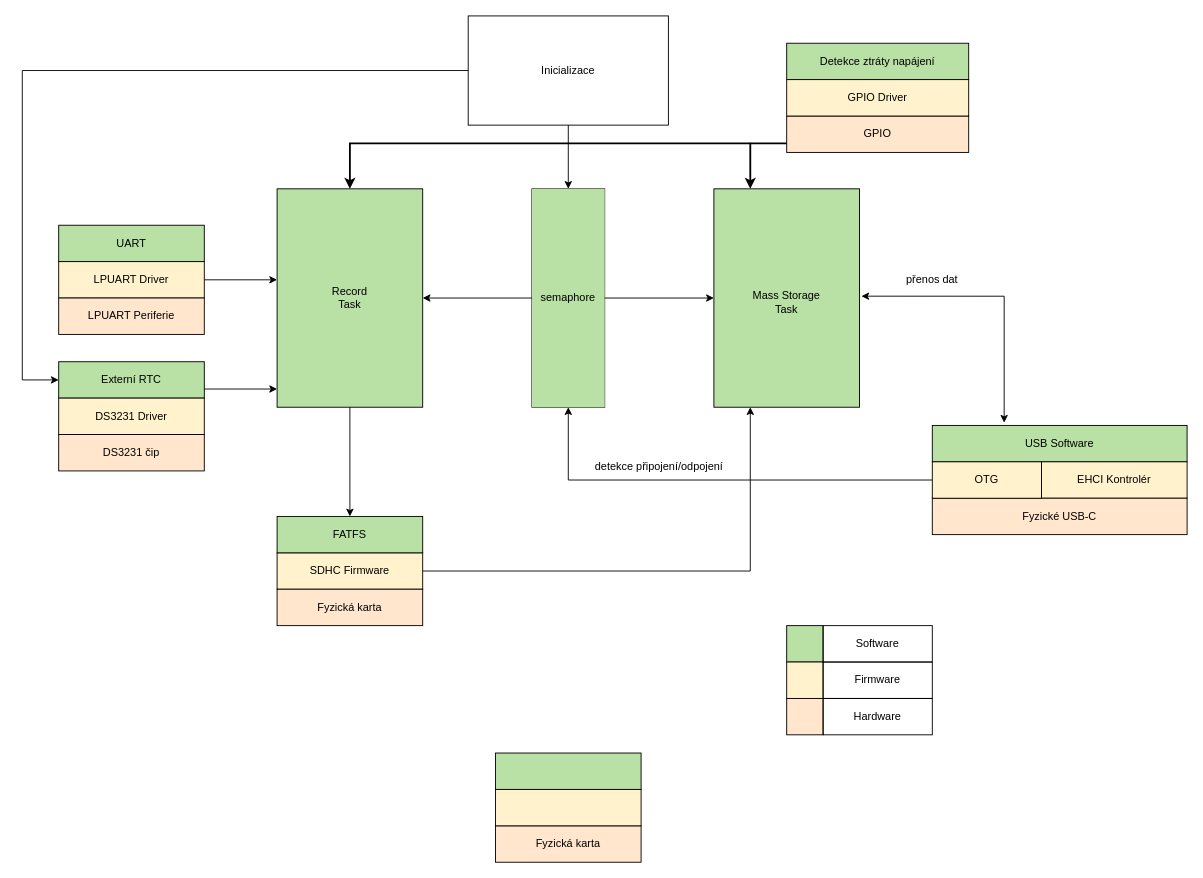
The draw.io diagram diagrams/block-diagram.drawio in Doly02/thesis, before the edit. Source tidied: cells renumbered, new cells numbered last; positions are measured from the earlier drawing's top-left corner, leaving out a move shared by most shapes. Both pictures are drawn from the tidied source at 91%, with x=0, y=0 at pixel (22, 15).
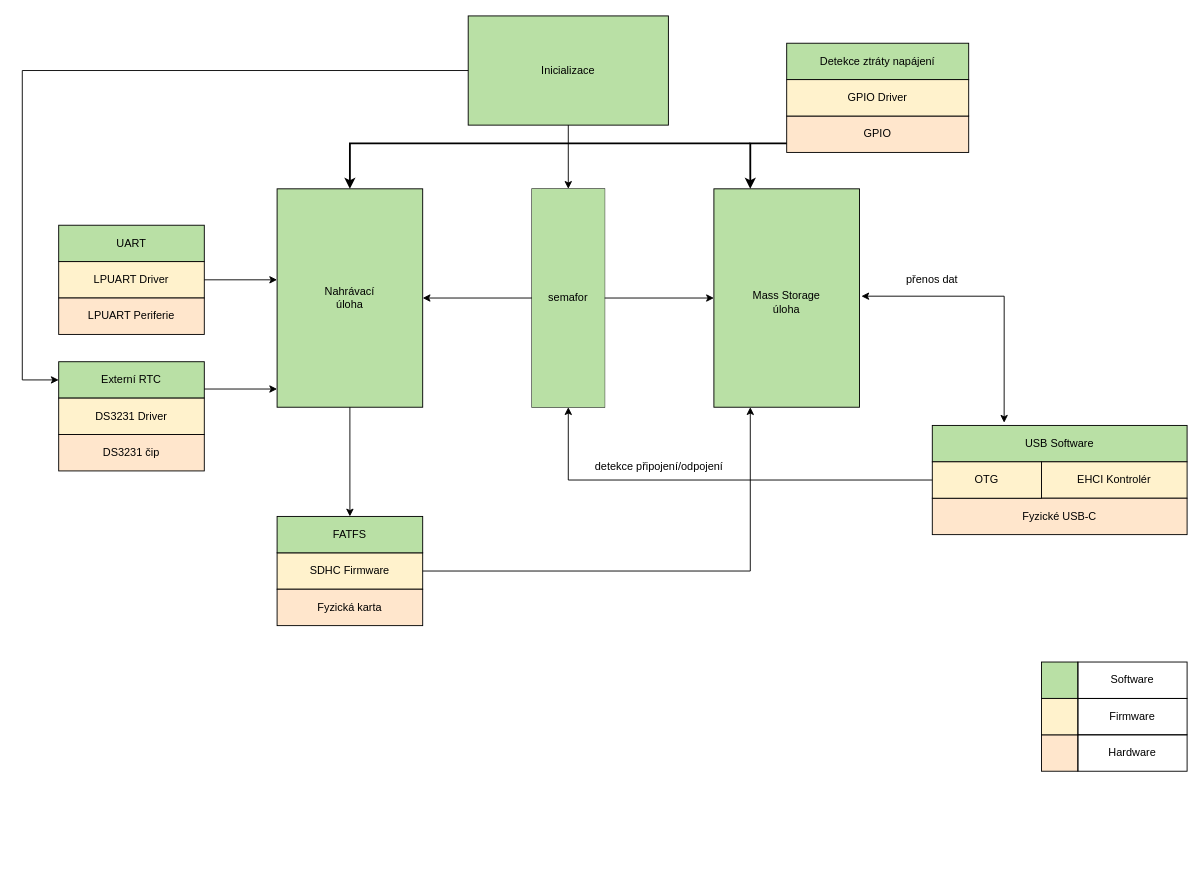
The same page after the edit.

Commit message (it also covers changes not shown here):
[Docs] Improves System Block Diagram.

Change to the diagram source:
```diff
@@
-    <mxCell id="5" value="Mass Storage&lt;div&gt;Task&lt;/div&gt;" style="text;html=1;align=center;verticalAlign=middle;whiteSpace=wrap;rounded=0;" parent="1" vertex="1">
+    <mxCell id="5" value="Mass Storage&lt;div&gt;úloha&lt;/div&gt;" style="text;html=1;align=center;verticalAlign=middle;whiteSpace=wrap;rounded=0;" parent="1" vertex="1">
       <mxGeometry x="760" y="270" width="160" height="90" as="geometry" />
     </mxCell>
-    <mxCell id="6" value="Record&lt;div&gt;Task&lt;/div&gt;" style="text;html=1;align=center;verticalAlign=middle;whiteSpace=wrap;rounded=0;" parent="1" vertex="1">
+    <mxCell id="6" value="Nahrávací&lt;div&gt;úloha&lt;/div&gt;" style="text;html=1;align=center;verticalAlign=middle;whiteSpace=wrap;rounded=0;" parent="1" vertex="1">
       <mxGeometry x="280" y="265" width="160" height="90" as="geometry" />
     </mxCell>
-    <mxCell id="7" value="semaphore" style="text;html=1;align=center;verticalAlign=middle;whiteSpace=wrap;rounded=0;fillColor=#B9E0A5;" parent="1" vertex="1">
+    <mxCell id="7" value="semafor" style="text;html=1;align=center;verticalAlign=middle;whiteSpace=wrap;rounded=0;fillColor=#B9E0A5;" parent="1" vertex="1">
       <mxGeometry x="560" y="190" width="80" height="240" as="geometry" />
     </mxCell>
-    <mxCell id="8" style="rounded=0;whiteSpace=wrap;html=1;fillColor=#B9E0A5;strokeColor=light-dark(#000000, #446e2c);" parent="1" vertex="1">
-      <mxGeometry x="520" y="810" width="160" height="40" as="geometry" />
-    </mxCell>
-    <mxCell id="9" value="Fyzická karta" style="rounded=0;whiteSpace=wrap;html=1;fillColor=#ffe6cc;strokeColor=light-dark(#000000, #996500);" parent="1" vertex="1">
-      <mxGeometry x="520" y="890" width="160" height="40" as="geometry" />
-    </mxCell>
     <mxCell id="10" style="group;" parent="1" vertex="1">
-      <mxGeometry x="840" y="670" width="160" height="120" as="geometry" />
+      <mxGeometry x="1120" y="710" width="160" height="120" as="geometry" />
     </mxCell>
@@
-    <mxCell id="17" style="rounded=0;whiteSpace=wrap;html=1;fillColor=#fff2cc;strokeColor=light-dark(#000000, #6d5100);" parent="1" vertex="1">
-      <mxGeometry x="520" y="850" width="160" height="40" as="geometry" />
-    </mxCell>
@@
-    <mxCell id="38" value="Inicializace" style="rounded=0;whiteSpace=wrap;html=1;" parent="1" vertex="1">
+    <mxCell id="38" value="Inicializace" style="rounded=0;whiteSpace=wrap;html=1;fillColor=#B9E0A5;" parent="1" vertex="1">
       <mxGeometry x="490" width="220" height="120" as="geometry" />
     </mxCell>
```
